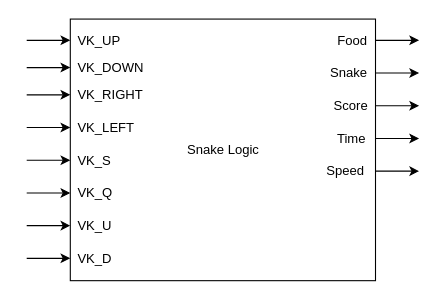
Earlier version of the draw.io diagram page "Page-2" (2 of 5) of doc/frp-scala.drawio (paganellif/pps-project-paganelli-2122). Source tidied: cells renumbered, new cells numbered last; positions are measured from the earlier drawing's top-left corner, leaving out a move shared by most shapes. Both pictures are drawn from the tidied source at 109%, with x=0, y=0 at pixel (26, 19).
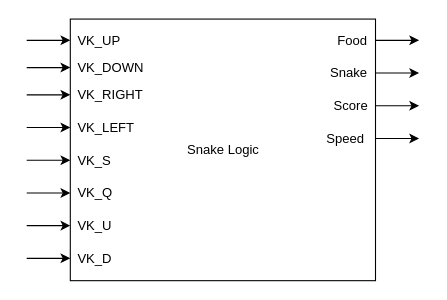
The same diagram, later.

Change to the diagram source:
```diff
@@
-    <mxCell id="18" style="endArrow=classic;html=1;rounded=0;" parent="1" edge="1">
-      <mxGeometry relative="1" as="geometry">
-        <mxPoint x="320" y="109.5" as="sourcePoint" />
-        <mxPoint x="360" y="109.5" as="targetPoint" />
-      </mxGeometry>
-    </mxCell>
-    <mxCell id="19" value="&amp;nbsp; &amp;nbsp; Time" style="text;html=1;align=left;verticalAlign=middle;strokeColor=none;fillColor=none;" parent="1" vertex="1">
-      <mxGeometry x="270" y="100" width="50" height="20" as="geometry" />
-    </mxCell>
@@
     <mxCell id="28" style="endArrow=classic;html=1;rounded=0;" parent="1" edge="1">
       <mxGeometry relative="1" as="geometry">
-        <mxPoint x="320" y="139.5" as="sourcePoint" />
-        <mxPoint x="360" y="139.5" as="targetPoint" />
+        <mxPoint x="320" y="109.5" as="sourcePoint" />
+        <mxPoint x="360" y="109.5" as="targetPoint" />
       </mxGeometry>
     </mxCell>
     <mxCell id="29" value="&amp;nbsp;Speed" style="text;html=1;align=left;verticalAlign=middle;strokeColor=none;fillColor=none;" parent="1" vertex="1">
-      <mxGeometry x="270" y="130" width="50" height="20" as="geometry" />
+      <mxGeometry x="270" y="100" width="50" height="20" as="geometry" />
     </mxCell>
```
